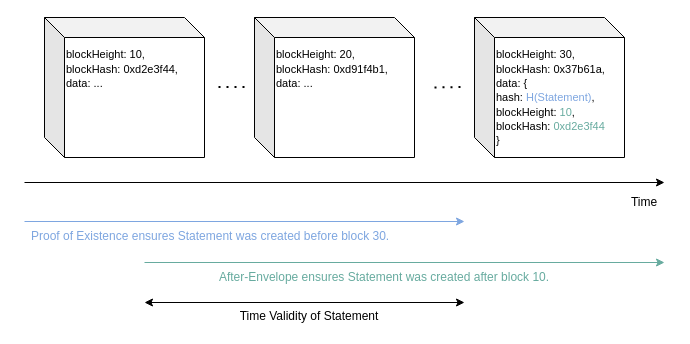
HydraMeshnet/developer-portal keeps this draw.io diagram as proof-timestamps.drawio. Above is the earlier version. Source tidied: cells renumbered, new cells numbered last; positions are measured from the earlier drawing's top-left corner, leaving out a move shared by most shapes. Both pictures are drawn from the tidied source at 100%, with x=0, y=0 at pixel (24, 17).
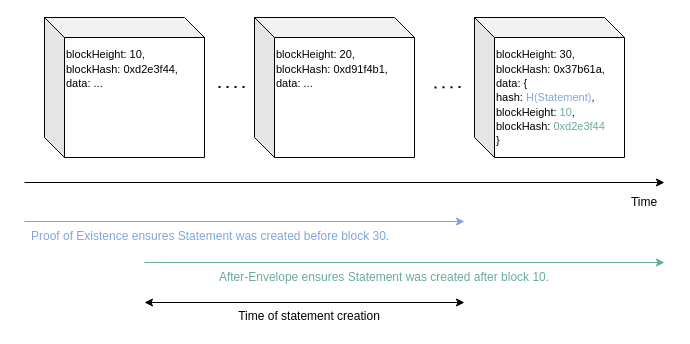
Above is the later version.

What changed in the source:
```diff
@@
-    <mxCell id="15" value="&lt;font color=&quot;#000000&quot;&gt;Time Validity of Statement&lt;/font&gt;" style="text;html=1;strokeColor=none;fillColor=none;align=center;verticalAlign=middle;whiteSpace=wrap;rounded=0;fontColor=#99004D;" parent="1" vertex="1">
+    <mxCell id="15" value="&lt;font color=&quot;#000000&quot;&gt;Time of statement creation&lt;br&gt;&lt;/font&gt;" style="text;html=1;strokeColor=none;fillColor=none;align=center;verticalAlign=middle;whiteSpace=wrap;rounded=0;fontColor=#99004D;" parent="1" vertex="1">
       <mxGeometry x="190" y="289" width="190" height="20" as="geometry" />
     </mxCell>
```
